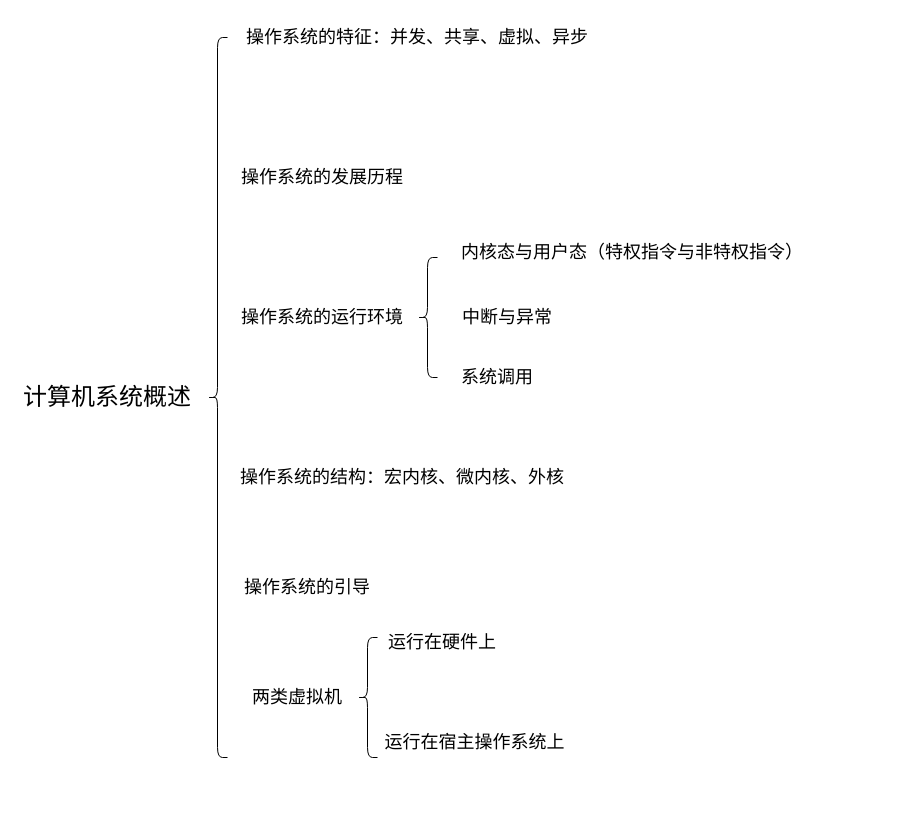
Earlier version of the draw.io diagram page "第 1 页" (1 of 5) of 操作系统.drawio (2968392441/draw). Source tidied: cells renumbered, new cells numbered last; positions are measured from the earlier drawing's top-left corner, leaving out a move shared by most shapes. Both pictures are drawn from the tidied source at 100%, with x=0, y=0 at pixel (17, 17).
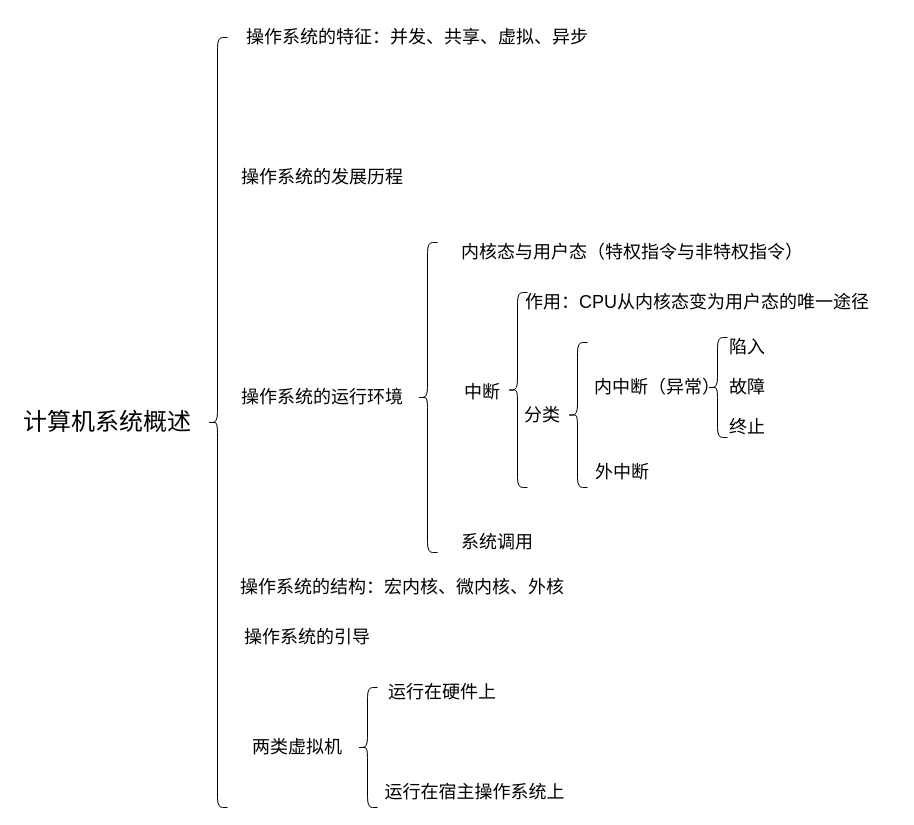
The same diagram, later.

Commit message:
更新操作系统.drawio

The edit, as a diff of the source:
```diff
@@
     <mxCell id="2" style="shape=curlyBracket;whiteSpace=wrap;html=1;rounded=1;labelPosition=left;verticalLabelPosition=middle;align=right;verticalAlign=middle;" parent="1" vertex="1">
-      <mxGeometry x="190" y="20" width="20" height="720" as="geometry" />
+      <mxGeometry x="190" y="20" width="20" height="770" as="geometry" />
     </mxCell>
@@
     <mxCell id="4" value="&lt;font style=&quot;font-size: 18px;&quot;&gt;操作系统的运行环境&lt;/font&gt;" style="text;html=1;whiteSpace=wrap;strokeColor=none;fillColor=none;align=center;verticalAlign=middle;rounded=0;" parent="1" vertex="1">
-      <mxGeometry x="220" y="280" width="170" height="40" as="geometry" />
+      <mxGeometry x="220" y="360" width="170" height="40" as="geometry" />
     </mxCell>
@@
     <mxCell id="6" style="shape=curlyBracket;whiteSpace=wrap;html=1;rounded=1;labelPosition=left;verticalLabelPosition=middle;align=right;verticalAlign=middle;" parent="1" vertex="1">
-      <mxGeometry x="400" y="240" width="20" height="120" as="geometry" />
+      <mxGeometry x="400" y="225" width="20" height="310" as="geometry" />
     </mxCell>
@@
-    <mxCell id="8" value="&lt;font style=&quot;font-size: 18px;&quot;&gt;中断与异常&lt;/font&gt;" style="text;html=1;whiteSpace=wrap;strokeColor=none;fillColor=none;align=center;verticalAlign=middle;rounded=0;" parent="1" vertex="1">
-      <mxGeometry x="420" y="285" width="140" height="30" as="geometry" />
-    </mxCell>
     <mxCell id="9" value="&lt;font style=&quot;font-size: 18px;&quot;&gt;系统调用&lt;/font&gt;" style="text;html=1;whiteSpace=wrap;strokeColor=none;fillColor=none;align=center;verticalAlign=middle;rounded=0;" parent="1" vertex="1">
-      <mxGeometry x="410" y="345" width="140" height="30" as="geometry" />
+      <mxGeometry x="410" y="510" width="140" height="30" as="geometry" />
     </mxCell>
     <mxCell id="10" value="&lt;font style=&quot;font-size: 18px;&quot;&gt;操作系统的结构：宏内核、微内核、外核&lt;/font&gt;" style="text;html=1;whiteSpace=wrap;strokeColor=none;fillColor=none;align=center;verticalAlign=middle;rounded=0;" parent="1" vertex="1">
-      <mxGeometry x="200" y="440" width="370" height="40" as="geometry" />
+      <mxGeometry x="200" y="550" width="370" height="40" as="geometry" />
     </mxCell>
     <mxCell id="11" value="&lt;font style=&quot;font-size: 18px;&quot;&gt;操作系统的引导&lt;/font&gt;" style="text;html=1;whiteSpace=wrap;strokeColor=none;fillColor=none;align=center;verticalAlign=middle;rounded=0;" parent="1" vertex="1">
-      <mxGeometry x="200" y="550" width="180" height="40" as="geometry" />
+      <mxGeometry x="200" y="600" width="180" height="40" as="geometry" />
     </mxCell>
     <mxCell id="12" value="&lt;font style=&quot;font-size: 18px;&quot;&gt;两类虚拟机&lt;/font&gt;" style="text;html=1;whiteSpace=wrap;strokeColor=none;fillColor=none;align=center;verticalAlign=middle;rounded=0;" parent="1" vertex="1">
-      <mxGeometry x="210" y="660" width="140" height="40" as="geometry" />
+      <mxGeometry x="210" y="710" width="140" height="40" as="geometry" />
     </mxCell>
     <mxCell id="13" style="shape=curlyBracket;whiteSpace=wrap;html=1;rounded=1;labelPosition=left;verticalLabelPosition=middle;align=right;verticalAlign=middle;" parent="1" vertex="1">
-      <mxGeometry x="340" y="620" width="20" height="120" as="geometry" />
+      <mxGeometry x="340" y="670" width="20" height="120" as="geometry" />
     </mxCell>
     <mxCell id="14" value="&lt;font style=&quot;font-size: 24px;&quot;&gt;计算机系统概述&lt;/font&gt;" style="text;html=1;whiteSpace=wrap;strokeColor=none;fillColor=none;align=center;verticalAlign=middle;rounded=0;" parent="1" vertex="1">
-      <mxGeometry y="365" width="180" height="30" as="geometry" />
+      <mxGeometry y="390" width="180" height="30" as="geometry" />
     </mxCell>
     <mxCell id="15" value="&lt;font style=&quot;font-size: 18px;&quot;&gt;运行在宿主操作系统上&lt;/font&gt;" style="text;html=1;whiteSpace=wrap;strokeColor=none;fillColor=none;align=center;verticalAlign=middle;rounded=0;" parent="1" vertex="1">
-      <mxGeometry x="365" y="710" width="185" height="30" as="geometry" />
+      <mxGeometry x="365" y="760" width="185" height="30" as="geometry" />
     </mxCell>
     <mxCell id="16" value="&lt;font style=&quot;font-size: 18px;&quot;&gt;运行在硬件上&lt;/font&gt;" style="text;html=1;whiteSpace=wrap;strokeColor=none;fillColor=none;align=center;verticalAlign=middle;rounded=0;" parent="1" vertex="1">
-      <mxGeometry x="360" y="610" width="130" height="30" as="geometry" />
+      <mxGeometry x="360" y="660" width="130" height="30" as="geometry" />
     </mxCell>
+    <mxCell id="17" value="&lt;font style=&quot;font-size: 18px;&quot;&gt;中断&lt;/font&gt;" style="text;html=1;whiteSpace=wrap;strokeColor=none;fillColor=none;align=center;verticalAlign=middle;rounded=0;" parent="1" vertex="1">
+      <mxGeometry x="430" y="360" width="70" height="30" as="geometry" />
+    </mxCell>
+    <mxCell id="18" value="&lt;font style=&quot;font-size: 18px;&quot;&gt;终止&lt;/font&gt;" style="text;html=1;whiteSpace=wrap;strokeColor=none;fillColor=none;align=center;verticalAlign=middle;rounded=0;" parent="1" vertex="1">
+      <mxGeometry x="660" y="395" width="140" height="30" as="geometry" />
+    </mxCell>
+    <mxCell id="19" value="&lt;font style=&quot;font-size: 18px;&quot;&gt;故障&lt;/font&gt;" style="text;html=1;whiteSpace=wrap;strokeColor=none;fillColor=none;align=center;verticalAlign=middle;rounded=0;" parent="1" vertex="1">
+      <mxGeometry x="660" y="355" width="140" height="30" as="geometry" />
+    </mxCell>
+    <mxCell id="20" value="&lt;font style=&quot;font-size: 18px;&quot;&gt;陷入&lt;/font&gt;" style="text;html=1;whiteSpace=wrap;strokeColor=none;fillColor=none;align=center;verticalAlign=middle;rounded=0;" parent="1" vertex="1">
+      <mxGeometry x="660" y="315" width="140" height="30" as="geometry" />
+    </mxCell>
+    <mxCell id="21" value="&lt;font style=&quot;font-size: 18px;&quot;&gt;外中断&lt;/font&gt;" style="text;html=1;whiteSpace=wrap;strokeColor=none;fillColor=none;align=center;verticalAlign=middle;rounded=0;" parent="1" vertex="1">
+      <mxGeometry x="530" y="440" width="150" height="30" as="geometry" />
+    </mxCell>
+    <mxCell id="22" value="&lt;font style=&quot;font-size: 18px;&quot;&gt;内中断（异常）&lt;/font&gt;" style="text;html=1;whiteSpace=wrap;strokeColor=none;fillColor=none;align=center;verticalAlign=middle;rounded=0;" parent="1" vertex="1">
+      <mxGeometry x="570" y="355" width="140" height="30" as="geometry" />
+    </mxCell>
+    <mxCell id="23" value="&lt;font style=&quot;font-size: 18px;&quot;&gt;作用：CPU从内核态变为用户态的唯一途径&lt;/font&gt;" style="text;html=1;whiteSpace=wrap;strokeColor=none;fillColor=none;align=center;verticalAlign=middle;rounded=0;" parent="1" vertex="1">
+      <mxGeometry x="480" y="270" width="400" height="30" as="geometry" />
+    </mxCell>
+    <mxCell id="24" value="&lt;font style=&quot;font-size: 18px;&quot;&gt;分类&lt;/font&gt;" style="text;html=1;whiteSpace=wrap;strokeColor=none;fillColor=none;align=center;verticalAlign=middle;rounded=0;" parent="1" vertex="1">
+      <mxGeometry x="490" y="382.5" width="70" height="30" as="geometry" />
+    </mxCell>
+    <mxCell id="25" style="shape=curlyBracket;whiteSpace=wrap;html=1;rounded=1;labelPosition=left;verticalLabelPosition=middle;align=right;verticalAlign=middle;" parent="1" vertex="1">
+      <mxGeometry x="690" y="320" width="20" height="100" as="geometry" />
+    </mxCell>
+    <mxCell id="26" style="shape=curlyBracket;whiteSpace=wrap;html=1;rounded=1;labelPosition=left;verticalLabelPosition=middle;align=right;verticalAlign=middle;" parent="1" vertex="1">
+      <mxGeometry x="550" y="325" width="20" height="145" as="geometry" />
+    </mxCell>
+    <mxCell id="27" style="shape=curlyBracket;whiteSpace=wrap;html=1;rounded=1;labelPosition=left;verticalLabelPosition=middle;align=right;verticalAlign=middle;" parent="1" vertex="1">
+      <mxGeometry x="490" y="275" width="20" height="195" as="geometry" />
+    </mxCell>
```
